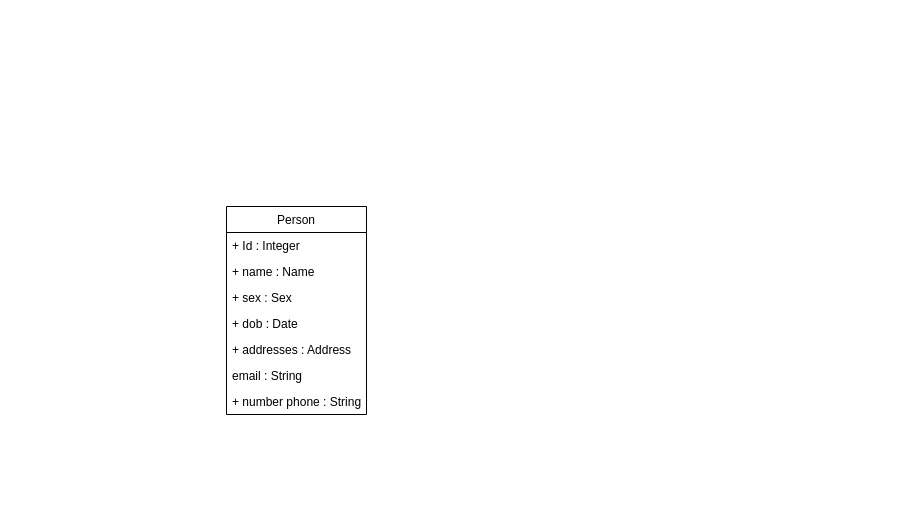
Earlier version of the draw.io diagram rewritesinhvien/class-diagram.drawio (duyhelloworld/spring-boot-learning-all). Source tidied: cells renumbered, new cells numbered last; positions are measured from the earlier drawing's top-left corner, leaving out a move shared by most shapes. Both pictures are drawn from the tidied source at 100%, with x=0, y=0 at pixel (226, 206).
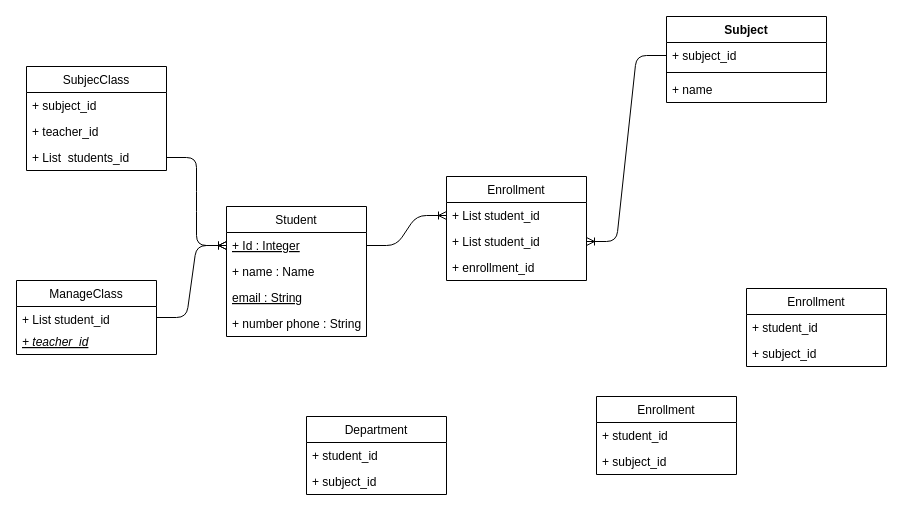
After the change.

Change to the diagram source:
```diff
@@
-    <mxCell id="2" value="Person" style="swimlane;fontStyle=0;horizontal=1;startSize=26;fillColor=none;" parent="1" vertex="1">
-      <mxGeometry width="140" height="208" as="geometry" />
+    <mxCell id="2" value="Student" style="swimlane;fontStyle=0;horizontal=1;startSize=26;fillColor=none;" parent="1" vertex="1">
+      <mxGeometry width="140" height="130" as="geometry" />
     </mxCell>
-    <mxCell id="3" value="+ Id : Integer" style="text;strokeColor=none;fillColor=none;align=left;verticalAlign=top;spacingLeft=4;spacingRight=4;overflow=hidden;points=[[0,0.5],[1,0.5]];portConstraint=eastwest;" parent="2" vertex="1">
+    <mxCell id="3" value="+ Id : Integer" style="text;strokeColor=none;fillColor=none;align=left;verticalAlign=top;spacingLeft=4;spacingRight=4;overflow=hidden;points=[[0,0.5],[1,0.5]];portConstraint=eastwest;fontStyle=4;" parent="2" vertex="1">
       <mxGeometry y="26" width="140" height="26" as="geometry" />
     </mxCell>
@@
-    <mxCell id="5" value="+ sex : Sex" style="text;strokeColor=none;fillColor=none;align=left;verticalAlign=top;spacingLeft=4;spacingRight=4;overflow=hidden;" parent="2" vertex="1">
-      <mxGeometry y="78" width="140" height="26" as="geometry" />
-    </mxCell>
-    <mxCell id="6" value="+ dob : Date" style="text;strokeColor=none;fillColor=none;align=left;verticalAlign=top;spacingLeft=4;spacingRight=4;overflow=hidden;" parent="2" vertex="1">
-      <mxGeometry y="104" width="140" height="26" as="geometry" />
-    </mxCell>
-    <mxCell id="7" value="+ addresses : Address " style="text;strokeColor=none;fillColor=none;align=left;verticalAlign=top;spacingLeft=4;spacingRight=4;overflow=hidden;" parent="2" vertex="1">
-      <mxGeometry y="130" width="140" height="26" as="geometry" />
-    </mxCell>
-    <mxCell id="8" value="email : String" style="text;strokeColor=none;fillColor=none;align=left;verticalAlign=top;spacingLeft=4;spacingRight=4;overflow=hidden;" parent="2" vertex="1">
-      <mxGeometry y="156" width="140" height="26" as="geometry" />
+    <mxCell id="8" value="email : String" style="text;strokeColor=none;fillColor=none;align=left;verticalAlign=top;spacingLeft=4;spacingRight=4;overflow=hidden;fontStyle=4;" parent="2" vertex="1">
+      <mxGeometry y="78" width="140" height="26" as="geometry" />
     </mxCell>
     <mxCell id="9" value="+ number phone : String" style="text;strokeColor=none;fillColor=none;align=left;verticalAlign=top;spacingLeft=4;spacingRight=4;overflow=hidden;" parent="2" vertex="1">
-      <mxGeometry y="182" width="140" height="26" as="geometry" />
+      <mxGeometry y="104" width="140" height="26" as="geometry" />
     </mxCell>
+    <mxCell id="10" value="Subject&#10;" style="swimlane;fontStyle=1;align=center;verticalAlign=top;horizontal=1;startSize=26;" parent="1" vertex="1">
+      <mxGeometry x="440" y="-190" width="160" height="86" as="geometry" />
+    </mxCell>
+    <mxCell id="11" value="+ subject_id" style="text;strokeColor=none;fillColor=none;align=left;verticalAlign=top;spacingLeft=4;spacingRight=4;overflow=hidden;points=[[0,0.5],[1,0.5]];portConstraint=eastwest;" parent="10" vertex="1">
+      <mxGeometry y="26" width="160" height="26" as="geometry" />
+    </mxCell>
+    <mxCell id="12" style="line;strokeWidth=1;fillColor=none;align=left;verticalAlign=middle;spacingTop=-1;spacingLeft=3;spacingRight=3;labelPosition=right;strokeColor=inherit;" parent="10" vertex="1">
+      <mxGeometry y="52" width="160" height="8" as="geometry" />
+    </mxCell>
+    <mxCell id="13" value="+ name" style="text;strokeColor=none;fillColor=none;align=left;verticalAlign=top;spacingLeft=4;spacingRight=4;overflow=hidden;" parent="10" vertex="1">
+      <mxGeometry y="60" width="160" height="26" as="geometry" />
+    </mxCell>
+    <mxCell id="14" value="Enrollment" style="swimlane;fontStyle=0;horizontal=1;startSize=26;fillColor=none;" parent="1" vertex="1">
+      <mxGeometry x="220" y="-30" width="140" height="104" as="geometry" />
+    </mxCell>
+    <mxCell id="15" value="+ List student_id" style="text;strokeColor=none;fillColor=none;align=left;verticalAlign=top;spacingLeft=4;spacingRight=4;overflow=hidden;points=[[0,0.5],[1,0.5]];portConstraint=eastwest;" parent="14" vertex="1">
+      <mxGeometry y="26" width="140" height="26" as="geometry" />
+    </mxCell>
+    <mxCell id="16" value="+ List student_id" style="text;strokeColor=none;fillColor=none;align=left;verticalAlign=top;spacingLeft=4;spacingRight=4;overflow=hidden;points=[[0,0.5],[1,0.5]];portConstraint=eastwest;" parent="14" vertex="1">
+      <mxGeometry y="52" width="140" height="26" as="geometry" />
+    </mxCell>
+    <mxCell id="17" value="+ enrollment_id" style="text;strokeColor=none;fillColor=none;align=left;verticalAlign=top;spacingLeft=4;spacingRight=4;overflow=hidden;" parent="14" vertex="1">
+      <mxGeometry y="78" width="140" height="26" as="geometry" />
+    </mxCell>
+    <mxCell id="18" style="edgeStyle=entityRelationEdgeStyle;fontSize=12;endArrow=ERoneToMany;" parent="1" edge="1" source="3" target="15">
+      <mxGeometry relative="1" as="geometry" />
+    </mxCell>
+    <mxCell id="19" style="edgeStyle=entityRelationEdgeStyle;fontSize=12;endArrow=ERoneToMany;exitX=0;exitY=0.5;exitDx=0;exitDy=0;entryX=1;entryY=0.5;entryDx=0;entryDy=0;" parent="1" edge="1" source="11" target="16">
+      <mxGeometry relative="1" as="geometry" />
+    </mxCell>
+    <mxCell id="20" value="Enrollment" style="swimlane;fontStyle=0;horizontal=1;startSize=26;fillColor=none;" parent="1" vertex="1">
+      <mxGeometry x="520" y="82" width="140" height="78" as="geometry" />
+    </mxCell>
+    <mxCell id="21" value="+ student_id" style="text;strokeColor=none;fillColor=none;align=left;verticalAlign=top;spacingLeft=4;spacingRight=4;overflow=hidden;" parent="20" vertex="1">
+      <mxGeometry y="26" width="140" height="26" as="geometry" />
+    </mxCell>
+    <mxCell id="22" value="+ subject_id" style="text;strokeColor=none;fillColor=none;align=left;verticalAlign=top;spacingLeft=4;spacingRight=4;overflow=hidden;" parent="20" vertex="1">
+      <mxGeometry y="52" width="140" height="26" as="geometry" />
+    </mxCell>
+    <mxCell id="23" value="ManageClass" style="swimlane;fontStyle=0;horizontal=1;startSize=26;fillColor=none;" parent="1" vertex="1">
+      <mxGeometry x="-210" y="74" width="140" height="74" as="geometry" />
+    </mxCell>
+    <mxCell id="24" value="+ List student_id" style="text;strokeColor=none;fillColor=none;align=left;verticalAlign=top;spacingLeft=4;spacingRight=4;overflow=hidden;points=[[0,0.5],[1,0.5]];portConstraint=eastwest;" parent="23" vertex="1">
+      <mxGeometry y="26" width="140" height="22" as="geometry" />
+    </mxCell>
+    <mxCell id="25" value="+ teacher_id" style="text;strokeColor=none;fillColor=none;align=left;verticalAlign=top;spacingLeft=4;spacingRight=4;overflow=hidden;fontStyle=6;" parent="23" vertex="1">
+      <mxGeometry y="48" width="140" height="26" as="geometry" />
+    </mxCell>
+    <mxCell id="26" value="SubjecClass" style="swimlane;fontStyle=0;horizontal=1;startSize=26;fillColor=none;" parent="1" vertex="1">
+      <mxGeometry x="-200" y="-140" width="140" height="104" as="geometry" />
+    </mxCell>
+    <mxCell id="27" value="+ subject_id" style="text;strokeColor=none;fillColor=none;align=left;verticalAlign=top;spacingLeft=4;spacingRight=4;overflow=hidden;" parent="26" vertex="1">
+      <mxGeometry y="26" width="140" height="26" as="geometry" />
+    </mxCell>
+    <mxCell id="28" value="+ teacher_id" style="text;strokeColor=none;fillColor=none;align=left;verticalAlign=top;spacingLeft=4;spacingRight=4;overflow=hidden;" parent="26" vertex="1">
+      <mxGeometry y="52" width="140" height="26" as="geometry" />
+    </mxCell>
+    <mxCell id="29" value="+ List  students_id" style="text;strokeColor=none;fillColor=none;align=left;verticalAlign=top;spacingLeft=4;spacingRight=4;overflow=hidden;points=[[0,0.5],[1,0.5]];portConstraint=eastwest;" parent="26" vertex="1">
+      <mxGeometry y="78" width="140" height="26" as="geometry" />
+    </mxCell>
+    <mxCell id="30" value="Enrollment" style="swimlane;fontStyle=0;horizontal=1;startSize=26;fillColor=none;" parent="1" vertex="1">
+      <mxGeometry x="370" y="190" width="140" height="78" as="geometry" />
+    </mxCell>
+    <mxCell id="31" value="+ student_id" style="text;strokeColor=none;fillColor=none;align=left;verticalAlign=top;spacingLeft=4;spacingRight=4;overflow=hidden;" parent="30" vertex="1">
+      <mxGeometry y="26" width="140" height="26" as="geometry" />
+    </mxCell>
+    <mxCell id="32" value="+ subject_id" style="text;strokeColor=none;fillColor=none;align=left;verticalAlign=top;spacingLeft=4;spacingRight=4;overflow=hidden;" parent="30" vertex="1">
+      <mxGeometry y="52" width="140" height="26" as="geometry" />
+    </mxCell>
+    <mxCell id="33" value="Department" style="swimlane;fontStyle=0;horizontal=1;startSize=26;fillColor=none;" parent="1" vertex="1">
+      <mxGeometry x="80" y="210" width="140" height="78" as="geometry" />
+    </mxCell>
+    <mxCell id="34" value="+ student_id" style="text;strokeColor=none;fillColor=none;align=left;verticalAlign=top;spacingLeft=4;spacingRight=4;overflow=hidden;" parent="33" vertex="1">
+      <mxGeometry y="26" width="140" height="26" as="geometry" />
+    </mxCell>
+    <mxCell id="35" value="+ subject_id" style="text;strokeColor=none;fillColor=none;align=left;verticalAlign=top;spacingLeft=4;spacingRight=4;overflow=hidden;" parent="33" vertex="1">
+      <mxGeometry y="52" width="140" height="26" as="geometry" />
+    </mxCell>
+    <mxCell id="36" style="edgeStyle=entityRelationEdgeStyle;fontSize=12;endArrow=ERoneToMany;entryX=0;entryY=0.5;entryDx=0;entryDy=0;" parent="1" edge="1" source="29" target="3">
+      <mxGeometry relative="1" as="geometry" />
+    </mxCell>
+    <mxCell id="37" style="edgeStyle=entityRelationEdgeStyle;fontSize=12;endArrow=ERoneToMany;" parent="1" edge="1" source="24" target="3">
+      <mxGeometry relative="1" as="geometry" />
+    </mxCell>
```
